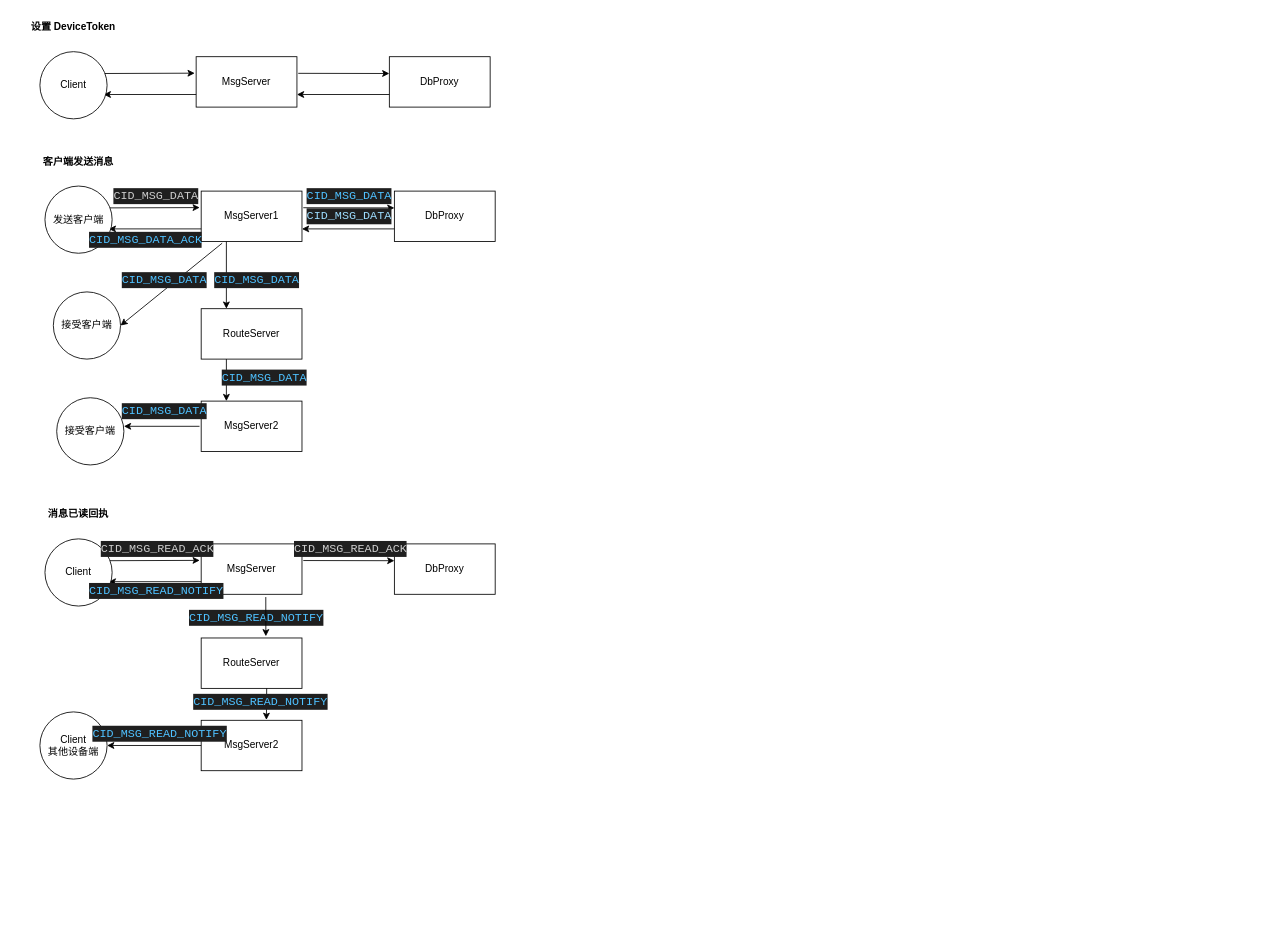
Earlier version of the draw.io diagram Teamtalk.drawio (LQF376/image). Source tidied: cells renumbered, new cells numbered last; positions are measured from the earlier drawing's top-left corner, leaving out a move shared by most shapes. Both pictures are drawn from the tidied source at 84%, with x=0, y=0 at pixel (14, 14).
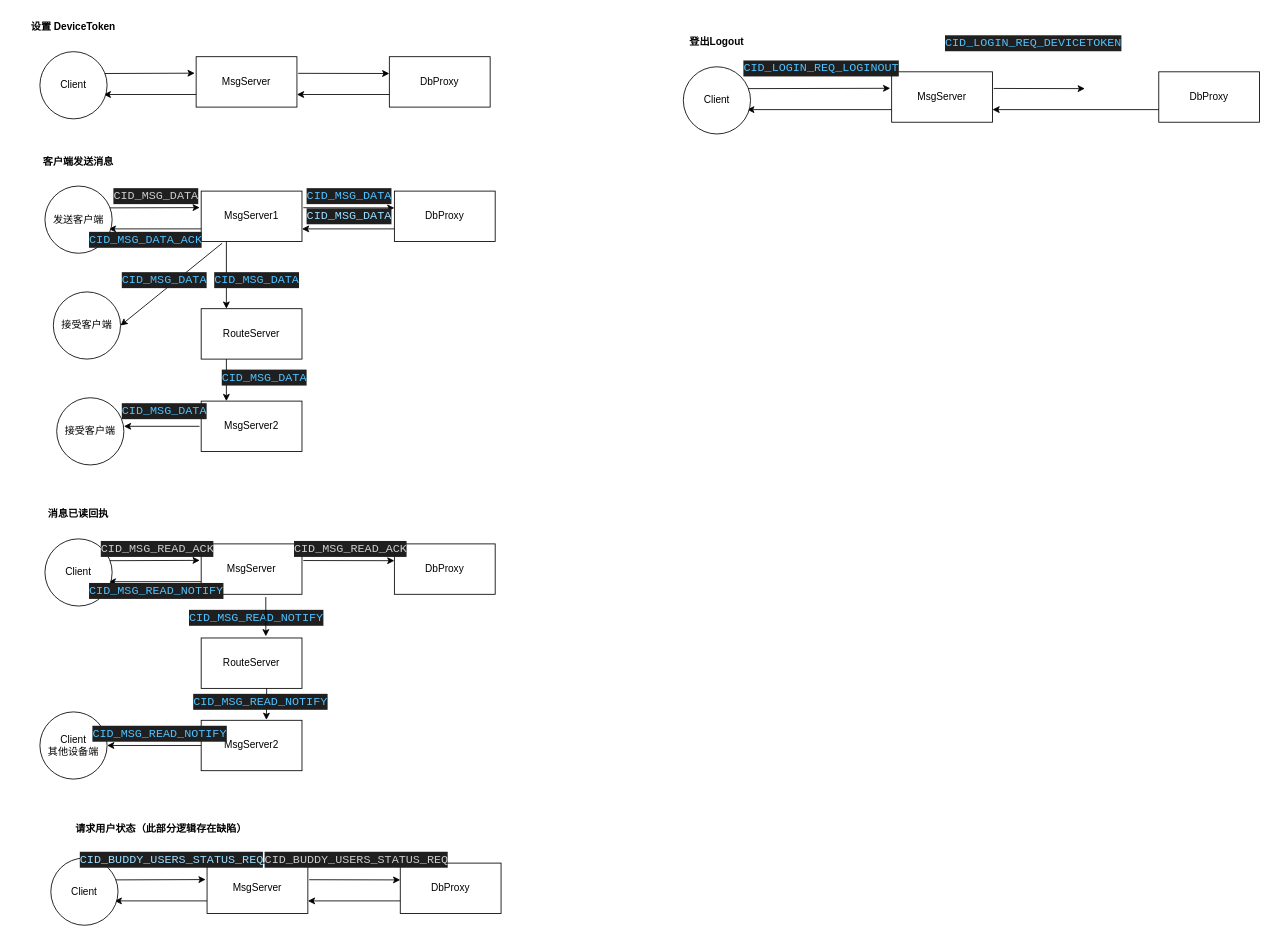
After the change.

The edit, as a diff of the source:
```diff
@@
+    <mxCell id="53" value="&lt;b&gt;请求用户状态（此部分逻辑存在缺陷）&lt;/b&gt;" style="text;html=1;whiteSpace=wrap;strokeColor=none;fillColor=none;align=center;verticalAlign=middle;rounded=0;" parent="1" vertex="1">
+      <mxGeometry x="13" y="955" width="323" height="30" as="geometry" />
+    </mxCell>
+    <mxCell id="54" value="MsgServer" style="rounded=0;whiteSpace=wrap;html=1;" parent="1" vertex="1">
+      <mxGeometry x="229" y="1010" width="120" height="60" as="geometry" />
+    </mxCell>
+    <mxCell id="55" value="DbProxy" style="rounded=0;whiteSpace=wrap;html=1;" parent="1" vertex="1">
+      <mxGeometry x="459" y="1010" width="120" height="60" as="geometry" />
+    </mxCell>
+    <mxCell id="56" style="endArrow=classic;html=1;rounded=0;entryX=-0.014;entryY=0.327;entryDx=0;entryDy=0;entryPerimeter=0;" parent="1" edge="1" target="54">
+      <mxGeometry relative="1" as="geometry">
+        <mxPoint x="119" y="1030" as="sourcePoint" />
+      </mxGeometry>
+    </mxCell>
+    <mxCell id="57" style="endArrow=classic;html=1;rounded=0;exitX=1.013;exitY=0.33;exitDx=0;exitDy=0;exitPerimeter=0;" parent="1" edge="1" source="54">
+      <mxGeometry relative="1" as="geometry">
+        <mxPoint x="459" y="1030" as="targetPoint" />
+      </mxGeometry>
+    </mxCell>
+    <mxCell id="58" style="endArrow=classic;html=1;rounded=0;exitX=0;exitY=0.75;exitDx=0;exitDy=0;entryX=1;entryY=0.75;entryDx=0;entryDy=0;" parent="1" edge="1" source="55" target="54">
+      <mxGeometry relative="1" as="geometry" />
+    </mxCell>
+    <mxCell id="59" style="endArrow=classic;html=1;rounded=0;exitX=0;exitY=0.75;exitDx=0;exitDy=0;" parent="1" edge="1" source="54">
+      <mxGeometry relative="1" as="geometry">
+        <mxPoint x="119" y="1055" as="targetPoint" />
+      </mxGeometry>
+    </mxCell>
+    <mxCell id="60" value="Client" style="ellipse;whiteSpace=wrap;html=1;" parent="1" vertex="1">
+      <mxGeometry x="43" y="1004" width="80" height="80" as="geometry" />
+    </mxCell>
+    <mxCell id="61" value="&lt;div style=&quot;color: #cccccc;background-color: #1f1f1f;font-family: Consolas, 'Courier New', monospace;font-weight: normal;font-size: 14px;line-height: 19px;white-space: pre;&quot;&gt;&lt;div&gt;&lt;span style=&quot;color: #cccccc;&quot;&gt;CID_BUDDY_USERS_STATUS_REQ&lt;/span&gt;&lt;/div&gt;&lt;/div&gt;" style="text;whiteSpace=wrap;html=1;" parent="1" vertex="1">
+      <mxGeometry x="296" y="990" width="230" height="40" as="geometry" />
+    </mxCell>
+    <mxCell id="62" value="&lt;div style=&quot;color: #cccccc;background-color: #1f1f1f;font-family: Consolas, 'Courier New', monospace;font-weight: normal;font-size: 14px;line-height: 19px;white-space: pre;&quot;&gt;&lt;div&gt;&lt;span style=&quot;color: #9cdcfe;&quot;&gt;CID_BUDDY_USERS_STATUS_REQ&lt;/span&gt;&lt;/div&gt;&lt;/div&gt;" style="text;whiteSpace=wrap;html=1;" parent="1" vertex="1">
+      <mxGeometry x="76" y="990" width="230" height="40" as="geometry" />
+    </mxCell>
+    <mxCell id="63" value="&lt;b&gt;登出Logout&lt;/b&gt;" style="text;html=1;whiteSpace=wrap;strokeColor=none;fillColor=none;align=center;verticalAlign=middle;rounded=0;" parent="1" vertex="1">
+      <mxGeometry x="766" y="18" width="140" height="30" as="geometry" />
+    </mxCell>
+    <mxCell id="64" value="MsgServer" style="rounded=0;whiteSpace=wrap;html=1;" parent="1" vertex="1">
+      <mxGeometry x="1044" y="68" width="120" height="60" as="geometry" />
+    </mxCell>
+    <mxCell id="65" value="DbProxy" style="rounded=0;whiteSpace=wrap;html=1;" parent="1" vertex="1">
+      <mxGeometry x="1362" y="68" width="120" height="60" as="geometry" />
+    </mxCell>
+    <mxCell id="66" style="endArrow=classic;html=1;rounded=0;entryX=-0.014;entryY=0.327;entryDx=0;entryDy=0;entryPerimeter=0;" parent="1" edge="1" target="64">
+      <mxGeometry relative="1" as="geometry">
+        <mxPoint x="872" y="88" as="sourcePoint" />
+      </mxGeometry>
+    </mxCell>
+    <mxCell id="67" style="endArrow=classic;html=1;rounded=0;exitX=1.013;exitY=0.33;exitDx=0;exitDy=0;exitPerimeter=0;" parent="1" edge="1" source="64">
+      <mxGeometry relative="1" as="geometry">
+        <mxPoint x="1274" y="88" as="targetPoint" />
+      </mxGeometry>
+    </mxCell>
+    <mxCell id="68" style="endArrow=classic;html=1;rounded=0;exitX=0;exitY=0.75;exitDx=0;exitDy=0;entryX=1;entryY=0.75;entryDx=0;entryDy=0;" parent="1" edge="1" source="65" target="64">
+      <mxGeometry relative="1" as="geometry" />
+    </mxCell>
+    <mxCell id="69" style="endArrow=classic;html=1;rounded=0;exitX=0;exitY=0.75;exitDx=0;exitDy=0;" parent="1" edge="1" source="64">
+      <mxGeometry relative="1" as="geometry">
+        <mxPoint x="872" y="113" as="targetPoint" />
+      </mxGeometry>
+    </mxCell>
+    <mxCell id="70" value="Client" style="ellipse;whiteSpace=wrap;html=1;" parent="1" vertex="1">
+      <mxGeometry x="796" y="62" width="80" height="80" as="geometry" />
+    </mxCell>
+    <mxCell id="71" value="&lt;div style=&quot;color: #cccccc;background-color: #1f1f1f;font-family: Consolas, 'Courier New', monospace;font-weight: normal;font-size: 14px;line-height: 19px;white-space: pre;&quot;&gt;&lt;div&gt;&lt;span style=&quot;color: #4fc1ff;&quot;&gt;CID_LOGIN_REQ_LOGINOUT&lt;/span&gt;&lt;/div&gt;&lt;/div&gt;" style="text;whiteSpace=wrap;html=1;" parent="1" vertex="1">
+      <mxGeometry x="866" y="48" width="200" height="40" as="geometry" />
+    </mxCell>
+    <mxCell id="72" value="&lt;div style=&quot;color: #cccccc;background-color: #1f1f1f;font-family: Consolas, 'Courier New', monospace;font-weight: normal;font-size: 14px;line-height: 19px;white-space: pre;&quot;&gt;&lt;div&gt;&lt;span style=&quot;color: #4fc1ff;&quot;&gt;CID_LOGIN_REQ_DEVICETOKEN&lt;/span&gt;&lt;/div&gt;&lt;/div&gt;" style="text;whiteSpace=wrap;html=1;" parent="1" vertex="1">
+      <mxGeometry x="1106" y="18" width="230" height="40" as="geometry" />
+    </mxCell>
```
